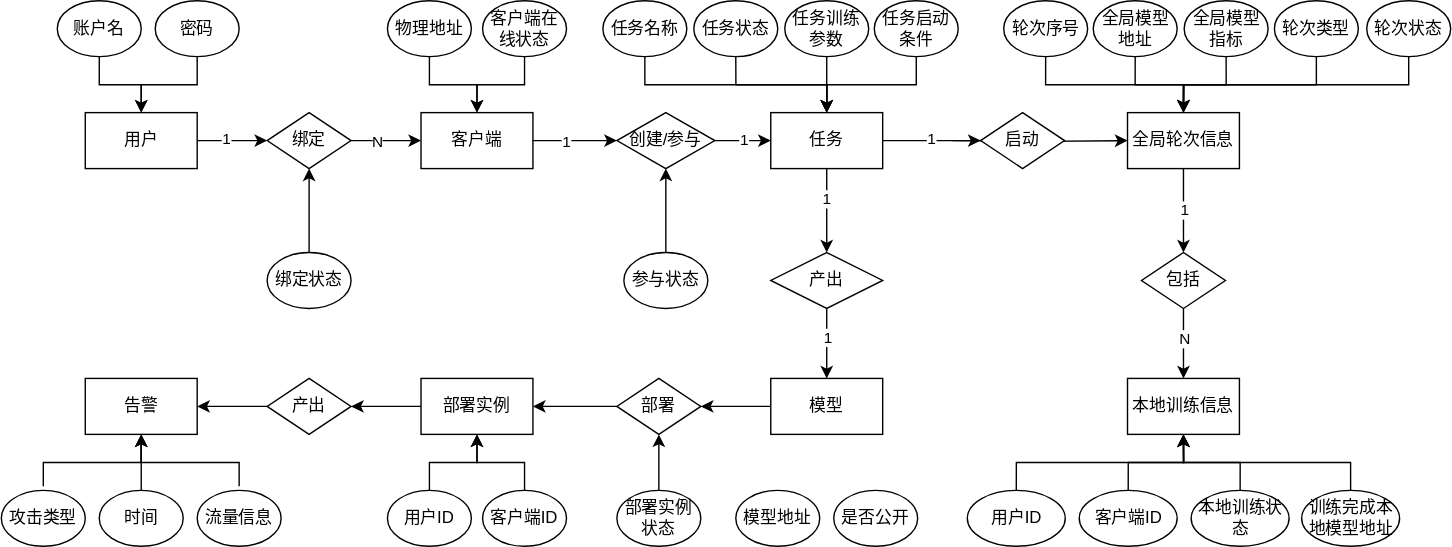
Above: mysql-ER图.drawio.svg in hiro942/drawio (draw.io), before the change. Source tidied: cells renumbered, new cells last; positions are measured from the earlier drawing's top-left corner, leaving out a move shared by most shapes.
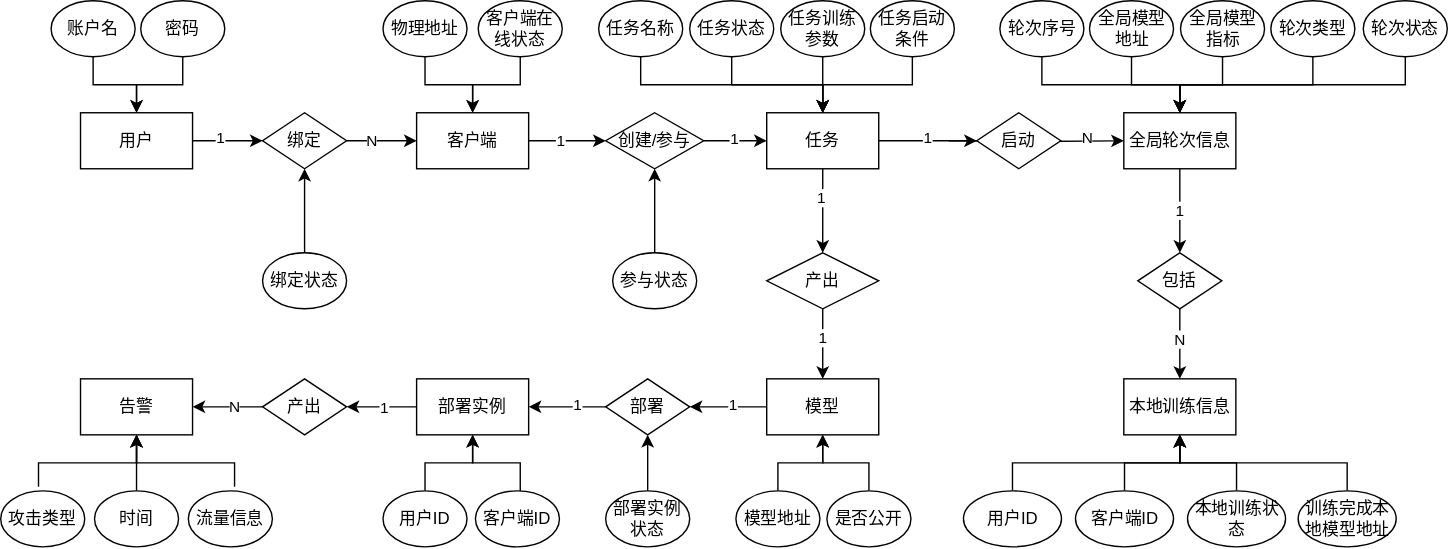
Later version of the same file.

Diff of the diagram source:
```diff
@@ -41,10 +41,10 @@
       <mxGeometry relative="1" as="geometry" />
     </mxCell>
     <mxCell id="14" value="账户名" style="ellipse;whiteSpace=wrap;html=1;" parent="1" vertex="1">
-      <mxGeometry x="40" width="60" height="40" as="geometry" />
+      <mxGeometry x="39" width="60" height="40" as="geometry" />
     </mxCell>
-    <mxCell id="15" style="edgeStyle=orthogonalEdgeStyle;rounded=0;jettySize=auto;html=1;entryX=1;entryY=0.5;entryDx=0;entryDy=0;" parent="1" edge="1" source="16" target="53">
-      <mxGeometry relative="1" as="geometry" />
+    <mxCell id="15" value="1" style="edgeStyle=orthogonalEdgeStyle;rounded=0;jettySize=auto;html=1;entryX=1;entryY=0.5;entryDx=0;entryDy=0;" parent="1" edge="1" source="16" target="53">
+      <mxGeometry x="-0.12" y="-1" relative="1" as="geometry" />
     </mxCell>
     <mxCell id="16" value="模型" style="rounded=0;whiteSpace=wrap;html=1;" parent="1" vertex="1">
       <mxGeometry x="550" y="270" width="80" height="40" as="geometry" />
@@ -52,6 +52,9 @@
     <mxCell id="17" style="edgeStyle=orthogonalEdgeStyle;rounded=0;jettySize=auto;html=1;entryX=1;entryY=0.5;entryDx=0;entryDy=0;" parent="1" edge="1" source="18" target="51">
       <mxGeometry relative="1" as="geometry" />
     </mxCell>
+    <mxCell id="93" value="1" style="edgeLabel;html=1;align=center;verticalAlign=middle;" parent="17" vertex="1">
+      <mxGeometry x="-0.08" y="1" relative="1" as="geometry" />
+    </mxCell>
     <mxCell id="18" value="部署实例" style="rounded=0;whiteSpace=wrap;html=1;" parent="1" vertex="1">
       <mxGeometry x="300" y="270" width="80" height="40" as="geometry" />
     </mxCell>
@@ -73,7 +76,7 @@
       <mxGeometry relative="1" as="geometry" />
     </mxCell>
     <mxCell id="24" value="密码" style="ellipse;whiteSpace=wrap;html=1;" parent="1" vertex="1">
-      <mxGeometry x="110" width="60" height="40" as="geometry" />
+      <mxGeometry x="103" width="60" height="40" as="geometry" />
     </mxCell>
     <mxCell id="25" style="edgeStyle=orthogonalEdgeStyle;rounded=0;jettySize=auto;html=1;entryX=0;entryY=0.5;entryDx=0;entryDy=0;" parent="1" edge="1" source="27" target="7">
       <mxGeometry relative="1" as="geometry" />
@@ -103,7 +106,7 @@
       <mxGeometry x="-0.02" y="1" relative="1" as="geometry" />
     </mxCell>
     <mxCell id="34" value="创建/参与" style="rhombus;whiteSpace=wrap;html=1;" parent="1" vertex="1">
-      <mxGeometry x="440" y="80" width="70" height="40" as="geometry" />
+      <mxGeometry x="435" y="80" width="70" height="40" as="geometry" />
     </mxCell>
     <mxCell id="35" style="edgeStyle=orthogonalEdgeStyle;rounded=0;jettySize=auto;html=1;entryX=0.5;entryY=0;entryDx=0;entryDy=0;" parent="1" edge="1" source="36" target="12">
       <mxGeometry relative="1" as="geometry">
@@ -134,7 +137,7 @@
       <mxGeometry relative="1" as="geometry" />
     </mxCell>
     <mxCell id="42" value="参与状态" style="ellipse;whiteSpace=wrap;html=1;" parent="1" vertex="1">
-      <mxGeometry x="445" y="180" width="60" height="40" as="geometry" />
+      <mxGeometry x="440" y="180" width="60" height="40" as="geometry" />
     </mxCell>
     <mxCell id="43" style="edgeStyle=orthogonalEdgeStyle;rounded=0;jettySize=auto;html=1;entryX=0.5;entryY=1;entryDx=0;entryDy=0;" parent="1" edge="1" source="44" target="27">
       <mxGeometry relative="1" as="geometry" />
@@ -162,14 +165,20 @@
     <mxCell id="50" style="edgeStyle=orthogonalEdgeStyle;rounded=0;jettySize=auto;html=1;entryX=1;entryY=0.5;entryDx=0;entryDy=0;" parent="1" edge="1" source="51" target="19">
       <mxGeometry relative="1" as="geometry" />
     </mxCell>
+    <mxCell id="94" value="N" style="edgeLabel;html=1;align=center;verticalAlign=middle;" parent="50" vertex="1">
+      <mxGeometry x="-0.19" relative="1" as="geometry" />
+    </mxCell>
     <mxCell id="51" value="产出" style="rhombus;whiteSpace=wrap;html=1;" parent="1" vertex="1">
       <mxGeometry x="190" y="270" width="60" height="40" as="geometry" />
     </mxCell>
     <mxCell id="52" style="edgeStyle=orthogonalEdgeStyle;rounded=0;jettySize=auto;html=1;entryX=1;entryY=0.5;entryDx=0;entryDy=0;" parent="1" edge="1" source="53" target="18">
       <mxGeometry relative="1" as="geometry" />
     </mxCell>
+    <mxCell id="95" value="1" style="edgeLabel;html=1;align=center;verticalAlign=middle;" parent="52" vertex="1">
+      <mxGeometry x="-0.24" y="-1" relative="1" as="geometry" />
+    </mxCell>
     <mxCell id="53" value="部署" style="rhombus;whiteSpace=wrap;html=1;" parent="1" vertex="1">
-      <mxGeometry x="440" y="270" width="60" height="40" as="geometry" />
+      <mxGeometry x="435" y="270" width="60" height="40" as="geometry" />
     </mxCell>
     <mxCell id="54" style="edgeStyle=orthogonalEdgeStyle;rounded=0;orthogonalLoop=1;jettySize=auto;html=1;" parent="1" edge="1">
       <mxGeometry relative="1" as="geometry">
@@ -182,7 +191,7 @@
       </mxGeometry>
     </mxCell>
     <mxCell id="55" value="攻击类型" style="ellipse;whiteSpace=wrap;html=1;" parent="1" vertex="1">
-      <mxGeometry y="350" width="60" height="40" as="geometry" />
+      <mxGeometry x="3" y="350" width="60" height="40" as="geometry" />
     </mxCell>
     <mxCell id="56" style="edgeStyle=orthogonalEdgeStyle;rounded=0;jettySize=auto;html=1;" parent="1" edge="1" source="57">
       <mxGeometry relative="1" as="geometry">
@@ -203,7 +212,7 @@
       </mxGeometry>
     </mxCell>
     <mxCell id="59" value="流量信息" style="ellipse;whiteSpace=wrap;html=1;" parent="1" vertex="1">
-      <mxGeometry x="140" y="350" width="60" height="40" as="geometry" />
+      <mxGeometry x="137" y="350" width="60" height="40" as="geometry" />
     </mxCell>
     <mxCell id="60" style="edgeStyle=orthogonalEdgeStyle;rounded=0;jettySize=auto;html=1;" parent="1" edge="1" source="61" target="18">
       <mxGeometry relative="1" as="geometry">
@@ -225,19 +234,25 @@
       </mxGeometry>
     </mxCell>
     <mxCell id="63" value="客户端ID" style="ellipse;whiteSpace=wrap;html=1;" parent="1" vertex="1">
-      <mxGeometry x="344" y="350" width="60" height="40" as="geometry" />
+      <mxGeometry x="342" y="350" width="60" height="40" as="geometry" />
     </mxCell>
+    <mxCell id="96" style="edgeStyle=orthogonalEdgeStyle;rounded=0;jettySize=auto;html=1;entryX=0.5;entryY=1;entryDx=0;entryDy=0;" parent="1" edge="1" source="64" target="16">
+      <mxGeometry relative="1" as="geometry" />
+    </mxCell>
     <mxCell id="64" value="模型地址" style="ellipse;whiteSpace=wrap;html=1;" parent="1" vertex="1">
-      <mxGeometry x="525" y="350" width="60" height="40" as="geometry" />
+      <mxGeometry x="528" y="350" width="60" height="40" as="geometry" />
     </mxCell>
+    <mxCell id="97" style="edgeStyle=orthogonalEdgeStyle;rounded=0;jettySize=auto;html=1;entryX=0.5;entryY=1;entryDx=0;entryDy=0;" parent="1" edge="1" source="65" target="16">
+      <mxGeometry relative="1" as="geometry" />
+    </mxCell>
     <mxCell id="65" value="是否公开" style="ellipse;whiteSpace=wrap;html=1;" parent="1" vertex="1">
-      <mxGeometry x="595" y="350" width="60" height="40" as="geometry" />
+      <mxGeometry x="593" y="350" width="60" height="40" as="geometry" />
     </mxCell>
     <mxCell id="66" style="edgeStyle=orthogonalEdgeStyle;rounded=0;jettySize=auto;html=1;entryX=0.5;entryY=1;entryDx=0;entryDy=0;" parent="1" edge="1" source="67" target="53">
       <mxGeometry relative="1" as="geometry" />
     </mxCell>
     <mxCell id="67" value="部署实例状态" style="ellipse;whiteSpace=wrap;html=1;" parent="1" vertex="1">
-      <mxGeometry x="440" y="350" width="60" height="40" as="geometry" />
+      <mxGeometry x="435" y="350" width="60" height="40" as="geometry" />
     </mxCell>
     <mxCell id="68" style="edgeStyle=orthogonalEdgeStyle;rounded=0;jettySize=auto;html=1;entryX=0;entryY=0.5;entryDx=0;entryDy=0;" parent="1" edge="1" target="22">
       <mxGeometry relative="1" as="geometry">
@@ -247,6 +262,9 @@
     <mxCell id="69" value="N" style="edgeLabel;html=1;align=center;verticalAlign=middle;" parent="68" vertex="1">
       <mxGeometry x="-0.15" y="-1" relative="1" as="geometry" />
     </mxCell>
+    <mxCell id="98" value="N" style="edgeLabel;html=1;align=center;verticalAlign=middle;" parent="68" vertex="1">
+      <mxGeometry x="0.58" y="2" relative="1" as="geometry" />
+    </mxCell>
     <mxCell id="70" value="启动" style="rhombus;whiteSpace=wrap;html=1;" parent="1" vertex="1">
       <mxGeometry x="700" y="80" width="60" height="40" as="geometry" />
     </mxCell>
```
